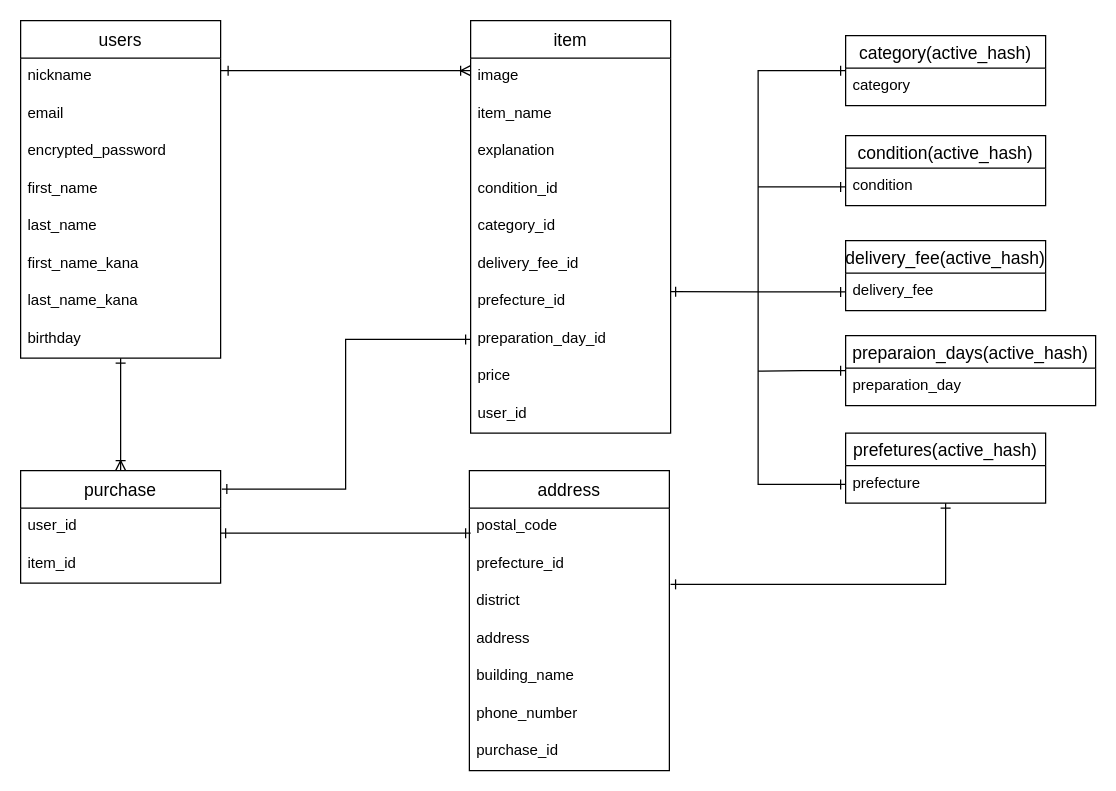
GitHayato/furima-31913 keeps this draw.io diagram as database.dio. Above is the earlier version. Source tidied: cells renumbered, new cells numbered last; positions are measured from the earlier drawing's top-left corner, leaving out a move shared by most shapes. Both pictures are drawn from the tidied source at 125%, with x=0, y=0 at pixel (20, 20).
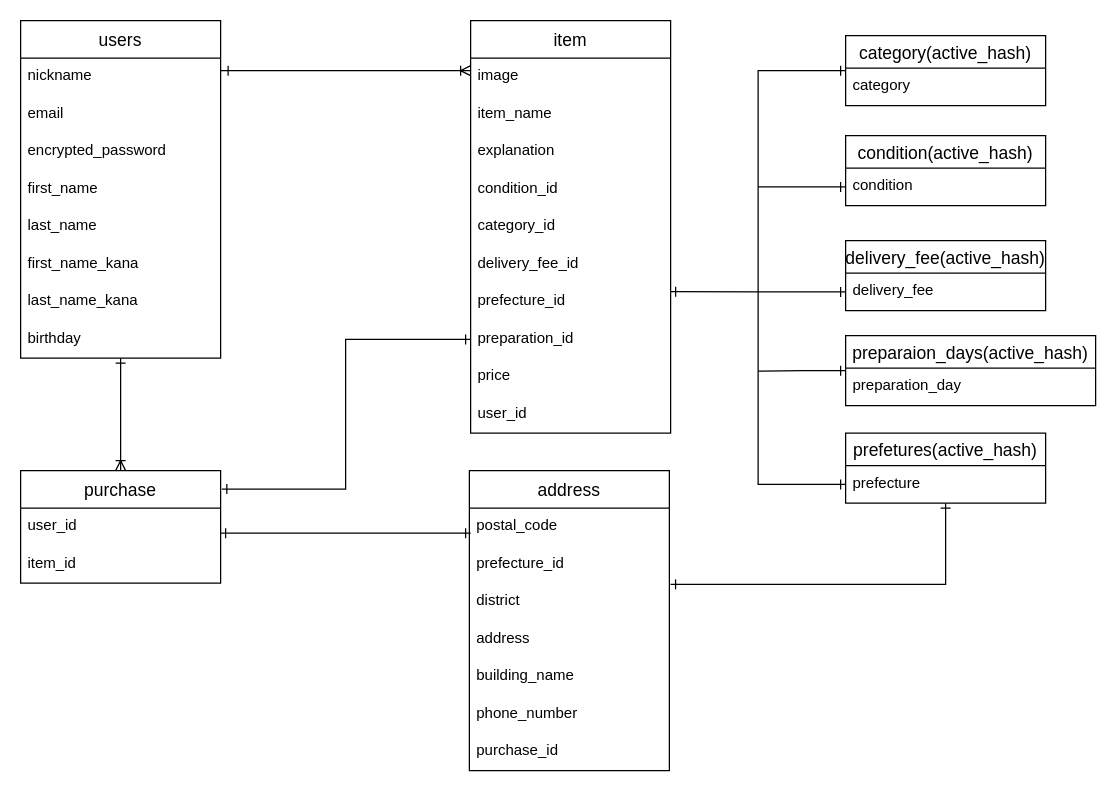
After the change.

Commit message (it also covers changes not shown here):
fix code because miss

The change refers to these unchanged cells:
```xml
<mxCell id="12" value="item" style="swimlane;fontStyle=0;horizontal=1;startSize=30;align=center;fontSize=14;" parent="1" vertex="1">
  <mxGeometry x="360" width="160" height="330" as="geometry" />
</mxCell>
```

Diff of the diagram source:
```diff
@@
-    <mxCell id="20" value="preparation_day_id" style="text;strokeColor=none;fillColor=none;spacingLeft=4;spacingRight=4;overflow=hidden;points=[[0,0.5],[1,0.5]];portConstraint=eastwest;fontSize=12;" parent="12" vertex="1">
+    <mxCell id="20" value="preparation_id" style="text;strokeColor=none;fillColor=none;spacingLeft=4;spacingRight=4;overflow=hidden;points=[[0,0.5],[1,0.5]];portConstraint=eastwest;fontSize=12;" parent="12" vertex="1">
       <mxGeometry y="240" width="160" height="30" as="geometry" />
     </mxCell>
```
